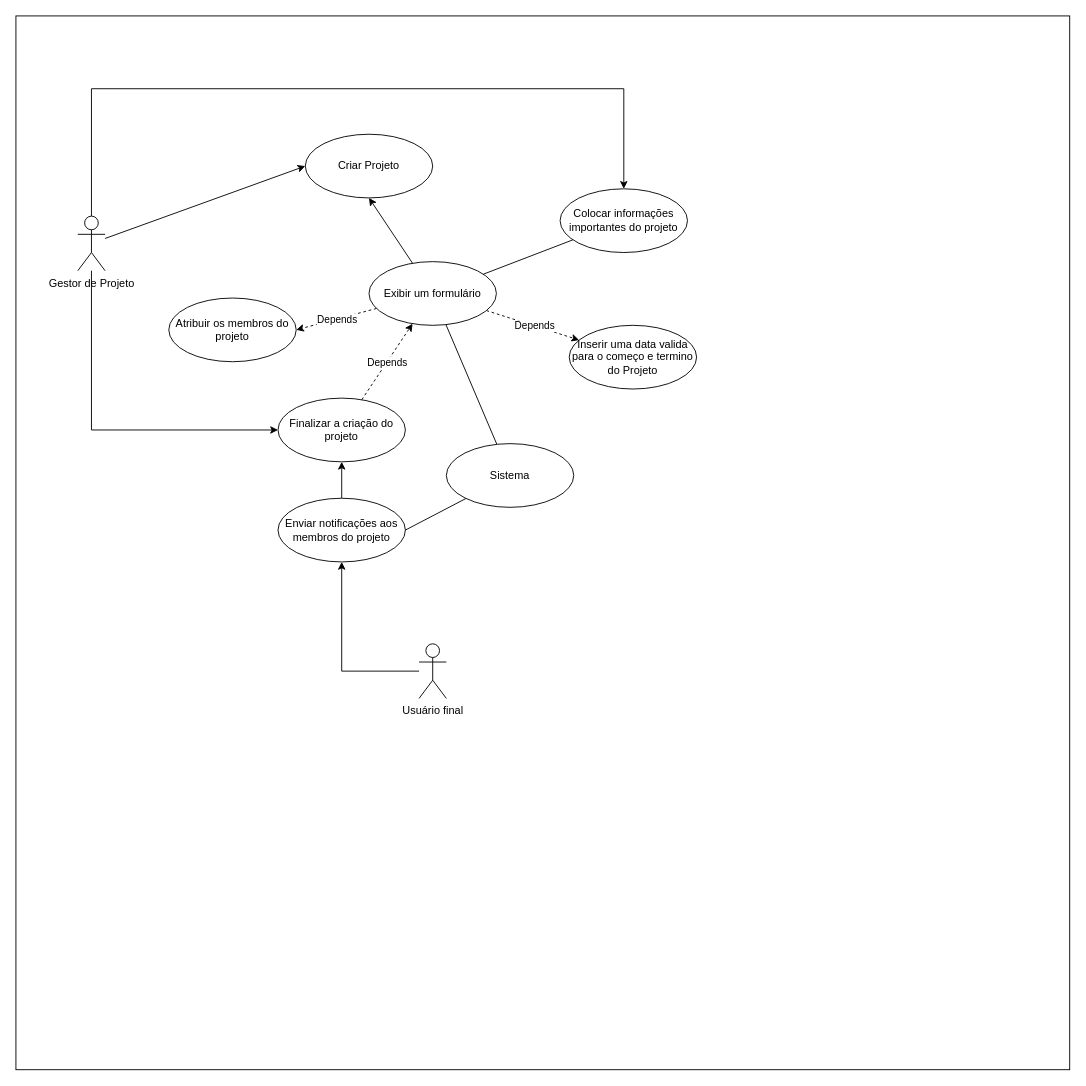
Before: CRUD Projeto.drawio in Chibilski/analisesProjeto, a draw.io diagram. Source tidied: cells renumbered, new cells numbered last; positions are measured from the earlier drawing's top-left corner, leaving out a move shared by most shapes. Both pictures are drawn from the tidied source at 91%, with x=0, y=0 at pixel (15, 15).
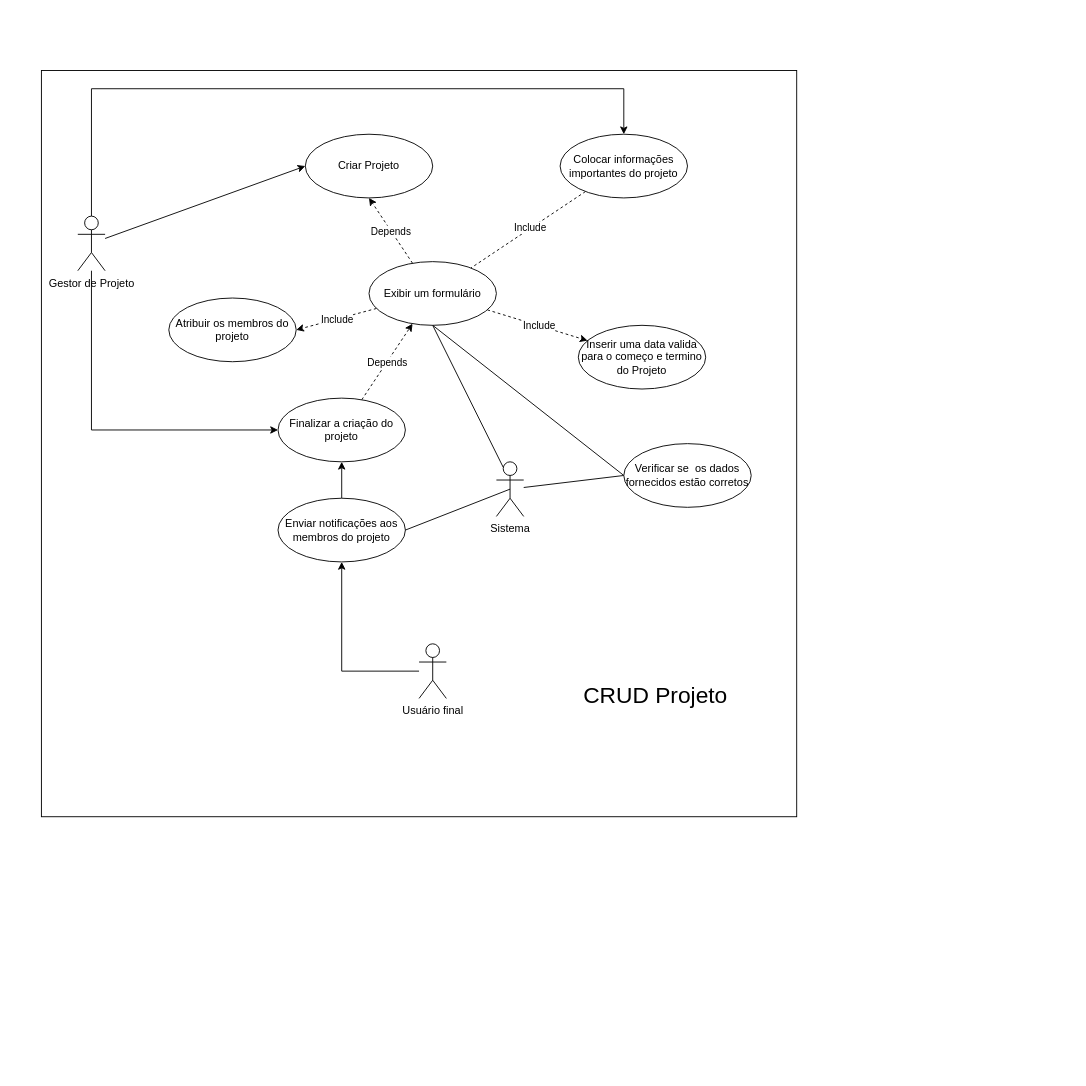
Above is the later version.

Unchanged cells that the change refers to:
```xml
<mxCell id="9" value="&lt;div&gt;Criar Projeto&lt;/div&gt;" style="ellipse;whiteSpace=wrap;html=1;" parent="1" vertex="1">
  <mxGeometry x="318" y="130" width="140" height="70" as="geometry" />
</mxCell>
<mxCell id="15" style="rounded=0;jettySize=auto;html=1;entryX=1;entryY=0.5;entryDx=0;entryDy=0;dashed=1;" parent="1" edge="1" source="19" target="12">
  <mxGeometry relative="1" as="geometry" />
</mxCell>
<mxCell id="17" style="rounded=0;jettySize=auto;html=1;dashed=1;" parent="1" edge="1" source="19" target="13">
  <mxGeometry relative="1" as="geometry" />
</mxCell>
<mxCell id="19" value="Exibir um formulário" style="ellipse;whiteSpace=wrap;html=1;" parent="1" vertex="1">
  <mxGeometry x="388" y="270" width="140" height="70" as="geometry" />
</mxCell>
<mxCell id="21" value="Enviar notificações aos membros do projeto" style="ellipse;whiteSpace=wrap;html=1;" parent="1" vertex="1">
  <mxGeometry x="288" y="530" width="140" height="70" as="geometry" />
</mxCell>
```

Change to the diagram source:
```diff
@@
-    <mxCell id="2" style="whiteSpace=wrap;html=1;" parent="1" vertex="1">
-      <mxGeometry width="1158" height="1158" as="geometry" />
-    </mxCell>
+    <mxCell id="28" style="rounded=0;whiteSpace=wrap;html=1;" parent="1" vertex="1">
+      <mxGeometry x="28" y="60" width="830" height="820" as="geometry" />
+    </mxCell>
@@
-    <mxCell id="10" style="rounded=0;jettySize=auto;html=1;endArrow=none;endFill=0;" parent="1" edge="1" source="11" target="19">
+    <mxCell id="10" style="rounded=0;jettySize=auto;html=1;endArrow=none;endFill=0;dashed=1;" parent="1" edge="1" source="11" target="19">
       <mxGeometry relative="1" as="geometry" />
     </mxCell>
+    <mxCell id="29" value="Include" style="edgeLabel;html=1;align=center;verticalAlign=middle;" parent="10" vertex="1">
+      <mxGeometry x="-0.03" y="-1" relative="1" as="geometry" />
+    </mxCell>
     <mxCell id="11" value="Colocar informações importantes do projeto" style="ellipse;whiteSpace=wrap;html=1;" parent="1" vertex="1">
-      <mxGeometry x="598" y="190" width="140" height="70" as="geometry" />
+      <mxGeometry x="598" y="130" width="140" height="70" as="geometry" />
     </mxCell>
@@
     <mxCell id="13" value="&lt;div&gt;Inserir uma data valida para o começo e termino do Projeto&lt;/div&gt;" style="ellipse;whiteSpace=wrap;html=1;" parent="1" vertex="1">
-      <mxGeometry x="608" y="340" width="140" height="70" as="geometry" />
+      <mxGeometry x="618" y="340" width="140" height="70" as="geometry" />
     </mxCell>
-    <mxCell id="14" style="rounded=0;jettySize=auto;html=1;entryX=0.5;entryY=1;entryDx=0;entryDy=0;" parent="1" edge="1" source="19" target="9">
+    <mxCell id="14" style="rounded=0;jettySize=auto;html=1;entryX=0.5;entryY=1;entryDx=0;entryDy=0;dashed=1;" parent="1" edge="1" source="19" target="9">
       <mxGeometry relative="1" as="geometry" />
     </mxCell>
+    <mxCell id="30" value="Depends" style="edgeLabel;html=1;align=center;verticalAlign=middle;" parent="14" vertex="1">
+      <mxGeometry y="1" relative="1" as="geometry" />
+    </mxCell>
@@
-    <mxCell id="16" value="Depends" style="edgeLabel;html=1;align=center;verticalAlign=middle;" parent="15" vertex="1">
+    <mxCell id="16" value="Include" style="edgeLabel;html=1;align=center;verticalAlign=middle;" parent="15" vertex="1">
       <mxGeometry x="-0.02" relative="1" as="geometry" />
     </mxCell>
@@
-    <mxCell id="18" value="Depends" style="edgeLabel;html=1;align=center;verticalAlign=middle;" parent="17" vertex="1">
+    <mxCell id="18" value="Include" style="edgeLabel;html=1;align=center;verticalAlign=middle;" parent="17" vertex="1">
       <mxGeometry x="0.03" relative="1" as="geometry" />
     </mxCell>
+    <mxCell id="31" style="rounded=0;jettySize=auto;html=1;entryX=0;entryY=0.5;entryDx=0;entryDy=0;endArrow=none;endFill=0;exitX=0.5;exitY=1;exitDx=0;exitDy=0;" parent="1" edge="1" source="19" target="33">
+      <mxGeometry relative="1" as="geometry" />
+    </mxCell>
@@
-    <mxCell id="25" style="rounded=0;jettySize=auto;html=1;entryX=1;entryY=0.5;entryDx=0;entryDy=0;endArrow=none;endFill=0;" parent="1" edge="1" source="27" target="21">
+    <mxCell id="25" style="rounded=0;jettySize=auto;html=1;entryX=1;entryY=0.5;entryDx=0;entryDy=0;endArrow=none;endFill=0;exitX=0.5;exitY=0.5;exitDx=0;exitDy=0;exitPerimeter=0;" parent="1" edge="1" source="27" target="21">
       <mxGeometry relative="1" as="geometry" />
     </mxCell>
-    <mxCell id="26" style="rounded=0;jettySize=auto;html=1;endArrow=none;endFill=0;" parent="1" edge="1" source="27" target="19">
+    <mxCell id="26" style="rounded=0;jettySize=auto;html=1;endArrow=none;endFill=0;exitX=0.25;exitY=0.1;exitDx=0;exitDy=0;exitPerimeter=0;entryX=0.5;entryY=1;entryDx=0;entryDy=0;" parent="1" edge="1" source="27" target="19">
       <mxGeometry relative="1" as="geometry" />
     </mxCell>
+    <mxCell id="32" style="rounded=0;jettySize=auto;html=1;endArrow=none;endFill=0;entryX=0;entryY=0.5;entryDx=0;entryDy=0;" parent="1" edge="1" source="27" target="33">
+      <mxGeometry relative="1" as="geometry" />
+    </mxCell>
-    <mxCell id="27" value="&lt;div&gt;Sistema&lt;/div&gt;" style="ellipse;whiteSpace=wrap;html=1;" parent="1" vertex="1">
-      <mxGeometry x="473" y="470" width="140" height="70" as="geometry" />
+    <mxCell id="27" value="Sistema" style="shape=umlActor;html=1;verticalLabelPosition=bottom;verticalAlign=top;align=center;" parent="1" vertex="1">
+      <mxGeometry x="528" y="490" width="30" height="60" as="geometry" />
     </mxCell>
+    <mxCell id="33" value="Verificar se&amp;nbsp; os dados fornecidos estão corretos" style="ellipse;whiteSpace=wrap;html=1;" parent="1" vertex="1">
+      <mxGeometry x="668" y="470" width="140" height="70" as="geometry" />
+    </mxCell>
+    <mxCell id="34" value="CRUD Projeto" style="text;html=1;align=center;verticalAlign=middle;whiteSpace=wrap;rounded=0;fontSize=25;" parent="1" vertex="1">
+      <mxGeometry x="588" y="730" width="230" height="30" as="geometry" />
+    </mxCell>
```
